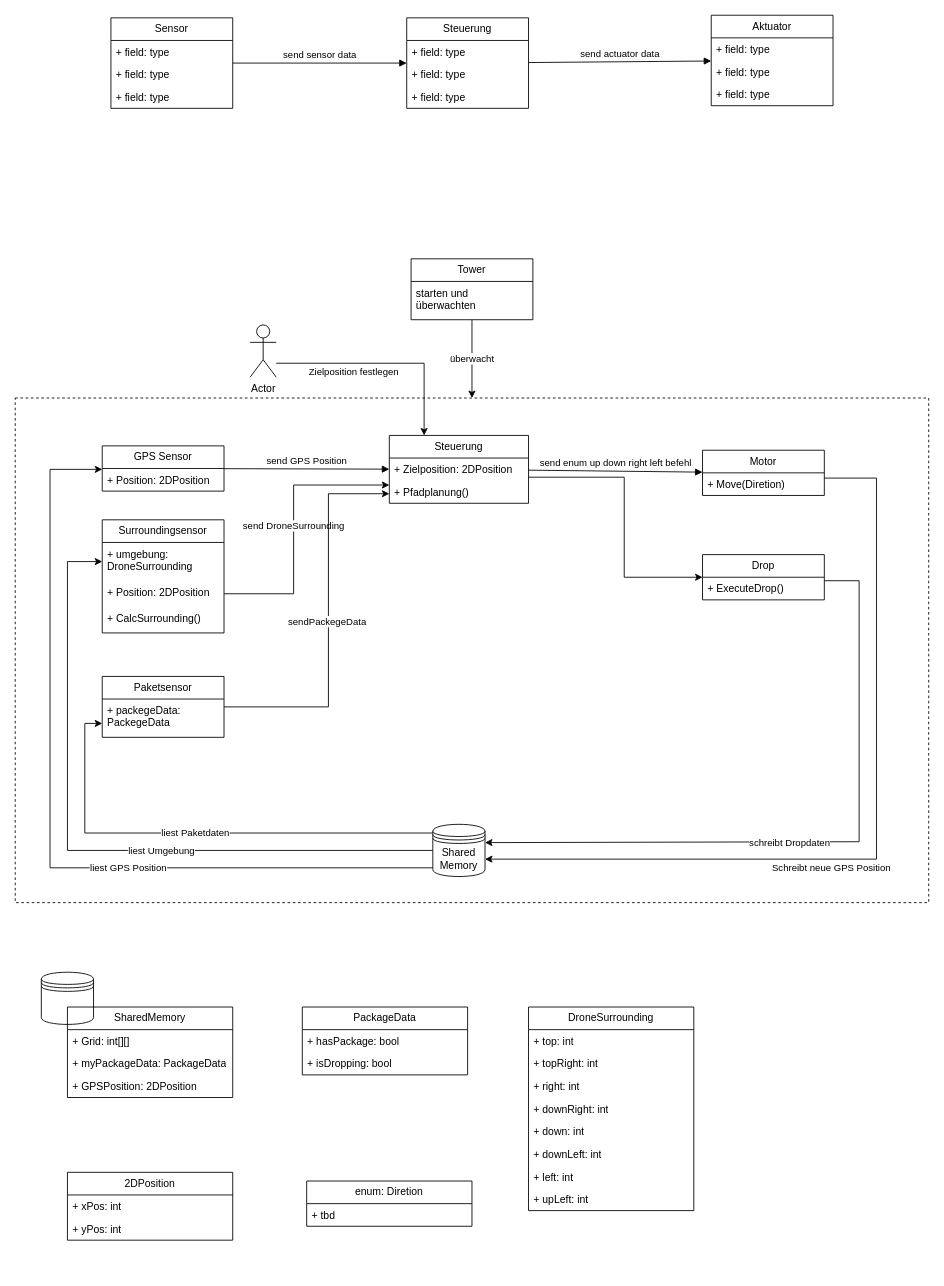
WilkoLu/RoSiBa keeps this draw.io diagram as Entwurf/Systementwurf.drawio. Above is the earlier version. Source tidied: cells renumbered, new cells numbered last; positions are measured from the earlier drawing's top-left corner, leaving out a move shared by most shapes. Both pictures are drawn from the tidied source at 87%, with x=0, y=0 at pixel (15, 15).
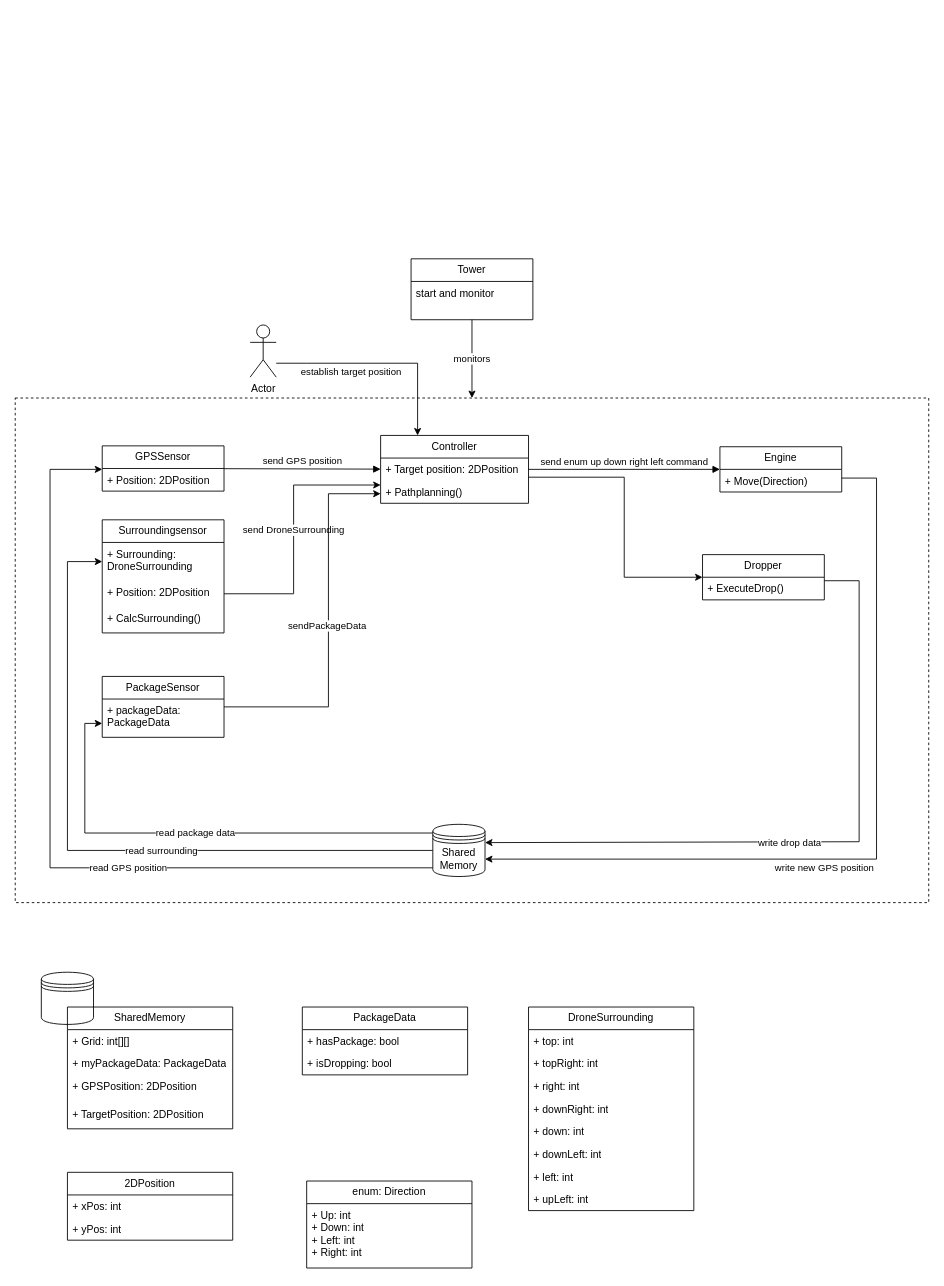
The same diagram, later.

Commit message (it also covers changes not shown here):
Neue Architektur

Unchanged cells that the change refers to:
```xml
<mxCell id="2" style="rounded=0;whiteSpace=wrap;html=1;fillColor=none;dashed=1;" parent="1" vertex="1">
  <mxGeometry y="440" width="1050" height="580" as="geometry" />
</mxCell>
<mxCell id="29" value="Surroundingsensor" style="swimlane;fontStyle=0;horizontal=1;startSize=26;fillColor=none;whiteSpace=wrap;html=1;" parent="1" vertex="1">
  <mxGeometry x="100" y="580" width="140" height="130" as="geometry" />
</mxCell>
<mxCell id="36" value="Tower" style="swimlane;fontStyle=0;horizontal=1;startSize=26;fillColor=none;whiteSpace=wrap;html=1;" parent="1" vertex="1">
  <mxGeometry x="455" y="280" width="140" height="70" as="geometry" />
</mxCell>
<mxCell id="38" value="Actor" style="shape=umlActor;verticalLabelPosition=bottom;verticalAlign=top;html=1;outlineConnect=0;" parent="1" vertex="1">
  <mxGeometry x="270" y="356" width="30" height="60" as="geometry" />
</mxCell>
<mxCell id="44" style="edgeStyle=orthogonalEdgeStyle;rounded=0;jettySize=auto;html=1;entryX=0;entryY=0.5;entryDx=0;entryDy=0;" parent="1" edge="1" source="46" target="30">
  <mxGeometry relative="1" as="geometry">
    <Array as="points">
      <mxPoint x="60" y="960" />
      <mxPoint x="60" y="628" />
    </Array>
  </mxGeometry>
</mxCell>
<mxCell id="46" value="Shared&lt;br&gt;Memory" style="shape=datastore;whiteSpace=wrap;html=1;" parent="1" vertex="1">
  <mxGeometry x="480" y="930" width="60" height="60" as="geometry" />
</mxCell>
```

What changed in the source:
```diff
@@
-    <mxCell id="3" value="Sensor" style="swimlane;fontStyle=0;horizontal=1;startSize=26;fillColor=none;whiteSpace=wrap;html=1;" parent="1" vertex="1">
-      <mxGeometry x="110" y="3" width="140" height="104" as="geometry" />
-    </mxCell>
-    <mxCell id="4" value="+ field: type" style="text;strokeColor=none;fillColor=none;align=left;verticalAlign=top;spacingLeft=4;spacingRight=4;overflow=hidden;whiteSpace=wrap;html=1;" parent="3" vertex="1">
-      <mxGeometry y="26" width="140" height="26" as="geometry" />
-    </mxCell>
-    <mxCell id="5" value="+ field: type" style="text;strokeColor=none;fillColor=none;align=left;verticalAlign=top;spacingLeft=4;spacingRight=4;overflow=hidden;whiteSpace=wrap;html=1;" parent="3" vertex="1">
-      <mxGeometry y="52" width="140" height="26" as="geometry" />
-    </mxCell>
-    <mxCell id="6" value="+ field: type" style="text;strokeColor=none;fillColor=none;align=left;verticalAlign=top;spacingLeft=4;spacingRight=4;overflow=hidden;whiteSpace=wrap;html=1;" parent="3" vertex="1">
-      <mxGeometry y="78" width="140" height="26" as="geometry" />
-    </mxCell>
-    <mxCell id="7" value="Steuerung" style="swimlane;fontStyle=0;horizontal=1;startSize=26;fillColor=none;whiteSpace=wrap;html=1;" parent="1" vertex="1">
-      <mxGeometry x="450" y="3" width="140" height="104" as="geometry" />
-    </mxCell>
-    <mxCell id="8" value="+ field: type" style="text;strokeColor=none;fillColor=none;align=left;verticalAlign=top;spacingLeft=4;spacingRight=4;overflow=hidden;whiteSpace=wrap;html=1;" parent="7" vertex="1">
-      <mxGeometry y="26" width="140" height="26" as="geometry" />
-    </mxCell>
-    <mxCell id="9" value="+ field: type" style="text;strokeColor=none;fillColor=none;align=left;verticalAlign=top;spacingLeft=4;spacingRight=4;overflow=hidden;whiteSpace=wrap;html=1;" parent="7" vertex="1">
-      <mxGeometry y="52" width="140" height="26" as="geometry" />
-    </mxCell>
-    <mxCell id="10" value="+ field: type" style="text;strokeColor=none;fillColor=none;align=left;verticalAlign=top;spacingLeft=4;spacingRight=4;overflow=hidden;whiteSpace=wrap;html=1;" parent="7" vertex="1">
-      <mxGeometry y="78" width="140" height="26" as="geometry" />
-    </mxCell>
-    <mxCell id="11" value="Aktuator" style="swimlane;fontStyle=0;horizontal=1;startSize=26;fillColor=none;whiteSpace=wrap;html=1;" parent="1" vertex="1">
-      <mxGeometry x="800" width="140" height="104" as="geometry" />
-    </mxCell>
-    <mxCell id="12" value="+ field: type" style="text;strokeColor=none;fillColor=none;align=left;verticalAlign=top;spacingLeft=4;spacingRight=4;overflow=hidden;whiteSpace=wrap;html=1;" parent="11" vertex="1">
-      <mxGeometry y="26" width="140" height="26" as="geometry" />
-    </mxCell>
-    <mxCell id="13" value="+ field: type" style="text;strokeColor=none;fillColor=none;align=left;verticalAlign=top;spacingLeft=4;spacingRight=4;overflow=hidden;whiteSpace=wrap;html=1;" parent="11" vertex="1">
-      <mxGeometry y="52" width="140" height="26" as="geometry" />
-    </mxCell>
-    <mxCell id="14" value="+ field: type" style="text;strokeColor=none;fillColor=none;align=left;verticalAlign=top;spacingLeft=4;spacingRight=4;overflow=hidden;whiteSpace=wrap;html=1;" parent="11" vertex="1">
-      <mxGeometry y="78" width="140" height="26" as="geometry" />
-    </mxCell>
-    <mxCell id="15" value="send sensor data" style="html=1;verticalAlign=bottom;endArrow=block;curved=0;rounded=0;" parent="1" edge="1" source="3" target="7">
-      <mxGeometry relative="1" as="geometry" />
-    </mxCell>
-    <mxCell id="16" value="send actuator data" style="html=1;verticalAlign=bottom;endArrow=block;curved=0;rounded=0;" parent="1" edge="1" source="7" target="11">
-      <mxGeometry relative="1" as="geometry" />
-    </mxCell>
-    <mxCell id="17" value="GPS Sensor" style="swimlane;fontStyle=0;horizontal=1;startSize=26;fillColor=none;whiteSpace=wrap;html=1;" parent="1" vertex="1">
+    <mxCell id="17" value="GPSSensor" style="swimlane;fontStyle=0;horizontal=1;startSize=26;fillColor=none;whiteSpace=wrap;html=1;" parent="1" vertex="1">
       <mxGeometry x="100" y="495" width="140" height="52" as="geometry" />
     </mxCell>
@@
-    <mxCell id="20" value="Steuerung" style="swimlane;fontStyle=0;horizontal=1;startSize=26;fillColor=none;whiteSpace=wrap;html=1;" parent="1" vertex="1">
-      <mxGeometry x="430" y="483" width="160" height="78" as="geometry" />
+    <mxCell id="20" value="Controller" style="swimlane;fontStyle=0;horizontal=1;startSize=26;fillColor=none;whiteSpace=wrap;html=1;" parent="1" vertex="1">
+      <mxGeometry x="420" y="483" width="170" height="78" as="geometry" />
     </mxCell>
-    <mxCell id="21" value="+ Zielposition: 2DPosition" style="text;strokeColor=none;fillColor=none;align=left;verticalAlign=top;spacingLeft=4;spacingRight=4;overflow=hidden;whiteSpace=wrap;html=1;" parent="20" vertex="1">
-      <mxGeometry y="26" width="160" height="26" as="geometry" />
+    <mxCell id="21" value="+ Target position: 2DPosition" style="text;strokeColor=none;fillColor=none;align=left;verticalAlign=top;spacingLeft=4;spacingRight=4;overflow=hidden;whiteSpace=wrap;html=1;" parent="20" vertex="1">
+      <mxGeometry y="26" width="170" height="26" as="geometry" />
     </mxCell>
-    <mxCell id="22" value="+ Pfadplanung()" style="text;strokeColor=none;fillColor=none;align=left;verticalAlign=top;spacingLeft=4;spacingRight=4;overflow=hidden;whiteSpace=wrap;html=1;" parent="20" vertex="1">
-      <mxGeometry y="52" width="160" height="26" as="geometry" />
+    <mxCell id="22" value="+ Pathplanning()" style="text;strokeColor=none;fillColor=none;align=left;verticalAlign=top;spacingLeft=4;spacingRight=4;overflow=hidden;whiteSpace=wrap;html=1;" parent="20" vertex="1">
+      <mxGeometry y="52" width="170" height="26" as="geometry" />
     </mxCell>
-    <mxCell id="23" value="Schreibt neue GPS Position" style="edgeStyle=orthogonalEdgeStyle;rounded=0;jettySize=auto;html=1;" parent="1" edge="1" source="24">
+    <mxCell id="23" value="write new GPS position" style="edgeStyle=orthogonalEdgeStyle;rounded=0;jettySize=auto;html=1;" parent="1" edge="1" source="24">
       <mxGeometry x="0.16" y="10" relative="1" as="geometry">
         <mxPoint x="540" y="970" as="targetPoint" />
         <Array as="points">
           <mxPoint x="990" y="532" />
           <mxPoint x="990" y="970" />
         </Array>
       </mxGeometry>
     </mxCell>
-    <mxCell id="24" value="Motor" style="swimlane;fontStyle=0;horizontal=1;startSize=26;fillColor=none;whiteSpace=wrap;html=1;" parent="1" vertex="1">
-      <mxGeometry x="790" y="500" width="140" height="52" as="geometry" />
+    <mxCell id="24" value="Engine" style="swimlane;fontStyle=0;horizontal=1;startSize=26;fillColor=none;whiteSpace=wrap;html=1;" parent="1" vertex="1">
+      <mxGeometry x="810" y="496" width="140" height="52" as="geometry" />
     </mxCell>
-    <mxCell id="25" value="+ Move(Diretion)" style="text;strokeColor=none;fillColor=none;align=left;verticalAlign=top;spacingLeft=4;spacingRight=4;overflow=hidden;whiteSpace=wrap;html=1;" parent="24" vertex="1">
+    <mxCell id="25" value="+ Move(Direction)" style="text;strokeColor=none;fillColor=none;align=left;verticalAlign=top;spacingLeft=4;spacingRight=4;overflow=hidden;whiteSpace=wrap;html=1;" parent="24" vertex="1">
       <mxGeometry y="26" width="140" height="26" as="geometry" />
     </mxCell>
-    <mxCell id="26" value="send GPS Position" style="html=1;verticalAlign=bottom;endArrow=block;curved=0;rounded=0;" parent="1" edge="1" source="17" target="20">
+    <mxCell id="26" value="send GPS position" style="html=1;verticalAlign=bottom;endArrow=block;curved=0;rounded=0;" parent="1" edge="1" source="17" target="20">
       <mxGeometry relative="1" as="geometry" />
     </mxCell>
-    <mxCell id="27" value="send enum up down right left befehl" style="html=1;verticalAlign=bottom;endArrow=block;curved=0;rounded=0;" parent="1" edge="1" source="20" target="24">
+    <mxCell id="27" value="send enum up down right left command" style="html=1;verticalAlign=bottom;endArrow=block;curved=0;rounded=0;" parent="1" edge="1" source="20" target="24">
       <mxGeometry relative="1" as="geometry" />
     </mxCell>
     <mxCell id="28" value="send&amp;nbsp;DroneSurrounding" style="edgeStyle=orthogonalEdgeStyle;rounded=0;orthogonalLoop=1;jettySize=auto;html=1;" parent="1" edge="1">
       <mxGeometry relative="1" as="geometry">
         <mxPoint x="240" y="665" as="sourcePoint" />
-        <mxPoint x="430" y="540" as="targetPoint" />
+        <mxPoint x="420" y="540" as="targetPoint" />
         <Array as="points">
           <mxPoint x="320" y="665" />
           <mxPoint x="320" y="540" />
         </Array>
       </mxGeometry>
     </mxCell>
@@
-    <mxCell id="30" value="+ umgebung: DroneSurrounding" style="text;strokeColor=none;fillColor=none;align=left;verticalAlign=top;spacingLeft=4;spacingRight=4;overflow=hidden;points=[[0,0.5],[1,0.5]];portConstraint=eastwest;whiteSpace=wrap;html=1;" parent="29" vertex="1">
+    <mxCell id="30" value="+ Surrounding: DroneSurrounding" style="text;strokeColor=none;fillColor=none;align=left;verticalAlign=top;spacingLeft=4;spacingRight=4;overflow=hidden;points=[[0,0.5],[1,0.5]];portConstraint=eastwest;whiteSpace=wrap;html=1;" parent="29" vertex="1">
       <mxGeometry y="26" width="140" height="44" as="geometry" />
     </mxCell>
@@
-    <mxCell id="33" value="Drop" style="swimlane;fontStyle=0;horizontal=1;startSize=26;fillColor=none;whiteSpace=wrap;html=1;" parent="1" vertex="1">
+    <mxCell id="33" value="Dropper" style="swimlane;fontStyle=0;horizontal=1;startSize=26;fillColor=none;whiteSpace=wrap;html=1;" parent="1" vertex="1">
       <mxGeometry x="790" y="620" width="140" height="52" as="geometry" />
     </mxCell>
@@
-    <mxCell id="35" value="überwacht" style="edgeStyle=orthogonalEdgeStyle;rounded=0;jettySize=auto;html=1;" parent="1" edge="1" source="36" target="2">
+    <mxCell id="35" value="monitors" style="edgeStyle=orthogonalEdgeStyle;rounded=0;jettySize=auto;html=1;" parent="1" edge="1" source="36" target="2">
       <mxGeometry relative="1" as="geometry" />
     </mxCell>
@@
-    <mxCell id="37" value="starten und überwachten" style="text;strokeColor=none;fillColor=none;align=left;verticalAlign=top;spacingLeft=4;spacingRight=4;overflow=hidden;whiteSpace=wrap;html=1;" parent="36" vertex="1">
+    <mxCell id="37" value="start and monitor" style="text;strokeColor=none;fillColor=none;align=left;verticalAlign=top;spacingLeft=4;spacingRight=4;overflow=hidden;whiteSpace=wrap;html=1;" parent="36" vertex="1">
       <mxGeometry y="26" width="140" height="44" as="geometry" />
     </mxCell>
@@
-    <mxCell id="39" value="Zielposition festlegen" style="edgeStyle=orthogonalEdgeStyle;rounded=0;jettySize=auto;html=1;entryX=0.25;entryY=0;entryDx=0;entryDy=0;" parent="1" edge="1" source="38" target="20">
+    <mxCell id="39" value="establish target position" style="edgeStyle=orthogonalEdgeStyle;rounded=0;jettySize=auto;html=1;entryX=0.25;entryY=0;entryDx=0;entryDy=0;" parent="1" edge="1" source="38" target="20">
       <mxGeometry x="-0.3" y="-10" relative="1" as="geometry">
         <Array as="points">
           <mxPoint x="335" y="400" />
           <mxPoint x="475" y="400" />
         </Array>
       </mxGeometry>
     </mxCell>
-    <mxCell id="40" value="sendPackegeData&amp;nbsp;" style="edgeStyle=orthogonalEdgeStyle;rounded=0;jettySize=auto;html=1;" parent="1" edge="1" source="41" target="20">
+    <mxCell id="40" value="sendPackageData&amp;nbsp;" style="edgeStyle=orthogonalEdgeStyle;rounded=0;jettySize=auto;html=1;" parent="1" edge="1" source="41" target="20">
       <mxGeometry relative="1" as="geometry">
         <Array as="points">
           <mxPoint x="360" y="795" />
           <mxPoint x="360" y="550" />
         </Array>
       </mxGeometry>
     </mxCell>
-    <mxCell id="41" value="Paketsensor" style="swimlane;fontStyle=0;horizontal=1;startSize=26;fillColor=none;whiteSpace=wrap;html=1;" parent="1" vertex="1">
+    <mxCell id="41" value="PackageSensor" style="swimlane;fontStyle=0;horizontal=1;startSize=26;fillColor=none;whiteSpace=wrap;html=1;" parent="1" vertex="1">
       <mxGeometry x="100" y="760" width="140" height="70" as="geometry" />
     </mxCell>
-    <mxCell id="42" value="+ packegeData: PackegeData" style="text;strokeColor=none;fillColor=none;align=left;verticalAlign=top;spacingLeft=4;spacingRight=4;overflow=hidden;whiteSpace=wrap;html=1;" parent="41" vertex="1">
+    <mxCell id="42" value="+ packageData: PackageData" style="text;strokeColor=none;fillColor=none;align=left;verticalAlign=top;spacingLeft=4;spacingRight=4;overflow=hidden;whiteSpace=wrap;html=1;" parent="41" vertex="1">
       <mxGeometry y="26" width="140" height="44" as="geometry" />
     </mxCell>
-    <mxCell id="43" value="liest GPS Position" style="edgeStyle=orthogonalEdgeStyle;rounded=0;jettySize=auto;html=1;" parent="1" edge="1" source="46" target="17">
+    <mxCell id="43" value="read GPS position" style="edgeStyle=orthogonalEdgeStyle;rounded=0;jettySize=auto;html=1;" parent="1" edge="1" source="46" target="17">
       <mxGeometry x="-0.27" relative="1" as="geometry">
         <Array as="points">
           <mxPoint x="40" y="980" />
           <mxPoint x="40" y="522" />
         </Array>
       </mxGeometry>
     </mxCell>
@@
-    <mxCell id="45" value="liest Umgebung" style="edgeLabel;html=1;align=center;verticalAlign=middle;" parent="44" vertex="1">
+    <mxCell id="45" value="read surrounding" style="edgeLabel;html=1;align=center;verticalAlign=middle;" parent="44" vertex="1">
       <mxGeometry x="-0.21" y="2" relative="1" as="geometry">
         <mxPoint y="-2" as="offset" />
       </mxGeometry>
     </mxCell>
@@
-    <mxCell id="47" value="schreibt Dropdaten" style="edgeStyle=orthogonalEdgeStyle;rounded=0;orthogonalLoop=1;jettySize=auto;html=1;entryX=1;entryY=0.5;entryDx=0;entryDy=0;" parent="1" edge="1">
+    <mxCell id="47" value="write drop data" style="edgeStyle=orthogonalEdgeStyle;rounded=0;orthogonalLoop=1;jettySize=auto;html=1;entryX=1;entryY=0.5;entryDx=0;entryDy=0;" parent="1" edge="1">
       <mxGeometry x="0.09" y="1" relative="1" as="geometry">
         <mxPoint x="930" y="650" as="sourcePoint" />
         <mxPoint x="540" y="951" as="targetPoint" />
         <Array as="points">
           <mxPoint x="970" y="650" />
           <mxPoint x="970" y="950" />
           <mxPoint x="540" y="950" />
         </Array>
       </mxGeometry>
     </mxCell>
@@
     <mxCell id="49" value="SharedMemory" style="swimlane;fontStyle=0;horizontal=1;startSize=26;fillColor=none;whiteSpace=wrap;html=1;" parent="1" vertex="1">
-      <mxGeometry x="60" y="1140" width="190" height="104" as="geometry" />
+      <mxGeometry x="60" y="1140" width="190" height="140" as="geometry" />
     </mxCell>
@@
     <mxCell id="52" value="+ GPSPosition: 2DPosition" style="text;strokeColor=none;fillColor=none;align=left;verticalAlign=top;spacingLeft=4;spacingRight=4;overflow=hidden;whiteSpace=wrap;html=1;" parent="49" vertex="1">
-      <mxGeometry y="78" width="190" height="26" as="geometry" />
+      <mxGeometry y="78" width="190" height="32" as="geometry" />
     </mxCell>
+    <mxCell id="72" value="+ TargetPosition: 2DPosition" style="text;strokeColor=none;fillColor=none;align=left;verticalAlign=top;spacingLeft=4;spacingRight=4;overflow=hidden;whiteSpace=wrap;html=1;" parent="49" vertex="1">
+      <mxGeometry y="110" width="190" height="30" as="geometry" />
+    </mxCell>
@@
-    <mxCell id="57" value="liest Paketdaten" style="edgeStyle=orthogonalEdgeStyle;rounded=0;jettySize=auto;html=1;" parent="1" edge="1" source="46" target="41">
+    <mxCell id="57" value="read package data" style="edgeStyle=orthogonalEdgeStyle;rounded=0;jettySize=auto;html=1;" parent="1" edge="1" source="46" target="41">
       <mxGeometry relative="1" as="geometry">
         <Array as="points">
           <mxPoint x="80" y="940" />
           <mxPoint x="80" y="814" />
         </Array>
       </mxGeometry>
     </mxCell>
@@
-    <mxCell id="70" value="enum: Diretion" style="swimlane;fontStyle=0;horizontal=1;startSize=26;fillColor=none;whiteSpace=wrap;html=1;" parent="1" vertex="1">
-      <mxGeometry x="335" y="1340" width="190" height="52" as="geometry" />
+    <mxCell id="70" value="enum: Direction" style="swimlane;fontStyle=0;horizontal=1;startSize=26;fillColor=none;whiteSpace=wrap;html=1;" parent="1" vertex="1">
+      <mxGeometry x="335" y="1340" width="190" height="100" as="geometry" />
     </mxCell>
-    <mxCell id="71" value="+ tbd" style="text;strokeColor=none;fillColor=none;align=left;verticalAlign=top;spacingLeft=4;spacingRight=4;overflow=hidden;whiteSpace=wrap;html=1;" parent="70" vertex="1">
-      <mxGeometry y="26" width="190" height="26" as="geometry" />
+    <mxCell id="71" value="&lt;div&gt;+ Up: int&lt;br&gt;&lt;/div&gt;&lt;div&gt;+ Down: int&lt;br&gt;&lt;/div&gt;&lt;div&gt;+ Left: int&lt;br&gt;&lt;/div&gt;&lt;div&gt;+ Right: int&lt;br&gt;&lt;/div&gt;" style="text;strokeColor=none;fillColor=none;align=left;verticalAlign=top;spacingLeft=4;spacingRight=4;overflow=hidden;whiteSpace=wrap;html=1;" parent="70" vertex="1">
+      <mxGeometry y="26" width="190" height="74" as="geometry" />
     </mxCell>
```
